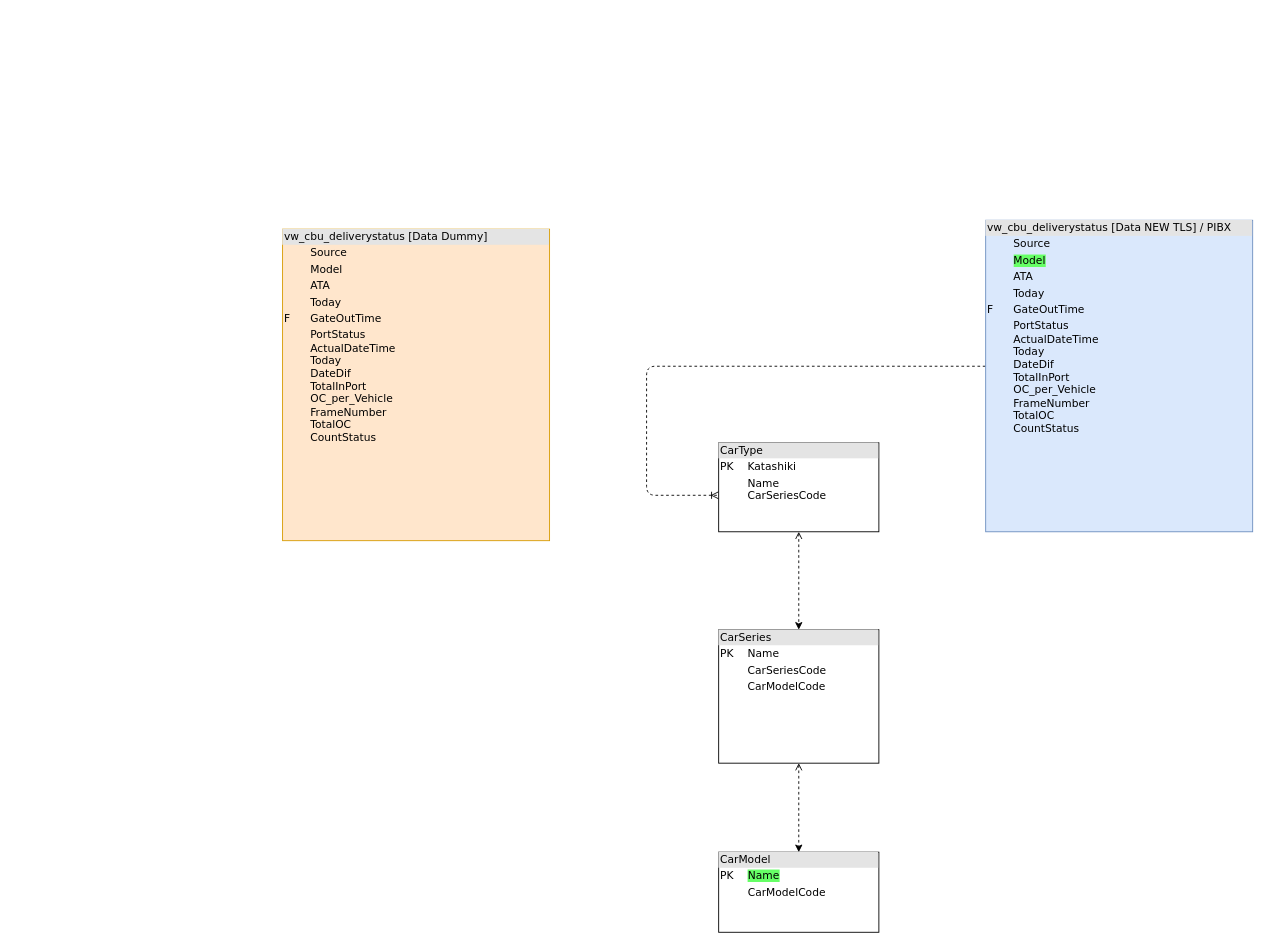
Above: page "Board2_CBU_DeliveryStatus" (2 of 3) of TAM_IMIS_diagram.drawio in RifqiG759/BI_datasets (draw.io), before the change. Source tidied: cells renumbered, new cells numbered last; positions are measured from the earlier drawing's top-left corner, leaving out a move shared by most shapes. Both pictures are drawn from the tidied source at 89%, with x=0, y=0 at pixel (282, 220).
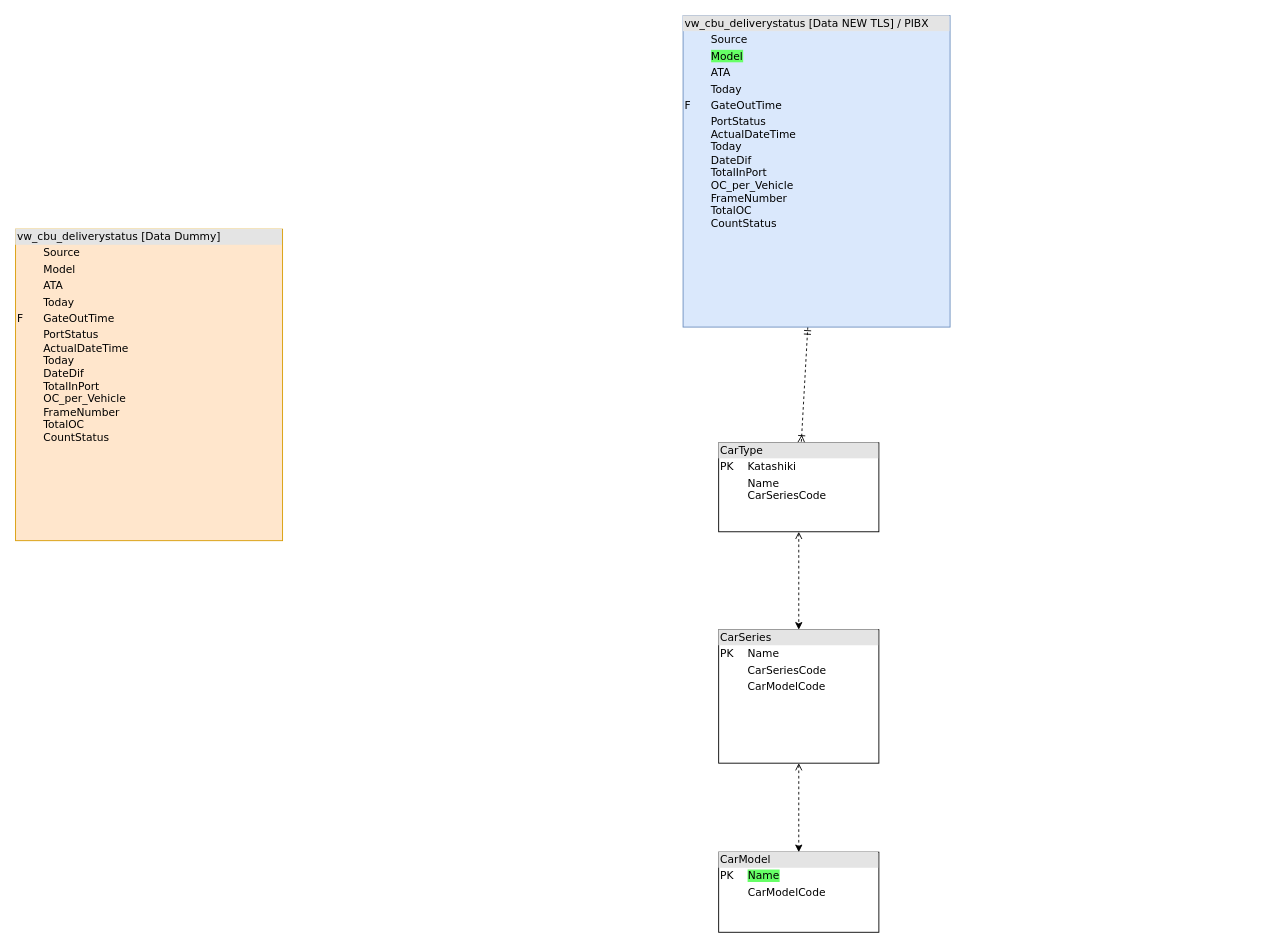
The same diagram, later.

Change to the diagram source:
```diff
@@
 <mxGraphModel>
   <root>
     <mxCell id="0" />
     <mxCell id="1" parent="0" />
-    <mxCell id="2" style="edgeStyle=orthogonalEdgeStyle;html=1;dashed=1;labelBackgroundColor=none;startArrow=ERmandOne;endArrow=ERoneToMany;fontFamily=Verdana;fontSize=12;align=left;exitX=0.007;exitY=0.44;exitDx=0;exitDy=0;exitPerimeter=0;" parent="1" edge="1" source="8" target="7">
-      <mxGeometry relative="1" as="geometry">
-        <Array as="points">
-          <mxPoint x="806" y="164" />
-          <mxPoint x="409" y="164" />
-          <mxPoint x="409" y="309" />
-        </Array>
-      </mxGeometry>
+    <mxCell id="2" style="html=1;dashed=1;labelBackgroundColor=none;startArrow=ERmandOne;endArrow=ERoneToMany;fontFamily=Verdana;fontSize=12;align=left;elbow=vertical;" parent="1" edge="1" source="8" target="7">
+      <mxGeometry relative="1" as="geometry" />
     </mxCell>
     <mxCell id="3" value="&lt;div style=&quot;box-sizing: border-box ; width: 100% ; background: #e4e4e4 ; padding: 2px&quot;&gt;vw_cbu_deliverystatus [Data Dummy]&lt;/div&gt;&lt;table style=&quot;width: 100% ; font-size: 1em&quot; cellpadding=&quot;2&quot; cellspacing=&quot;0&quot;&gt;&lt;tbody&gt;&lt;tr&gt;&lt;td&gt;&lt;br&gt;&lt;/td&gt;&lt;td&gt;Source&lt;/td&gt;&lt;/tr&gt;&lt;tr&gt;&lt;td&gt;&lt;/td&gt;&lt;td&gt;Model&lt;/td&gt;&lt;/tr&gt;&lt;tr&gt;&lt;td&gt;&lt;br&gt;&lt;/td&gt;&lt;td&gt;ATA&lt;/td&gt;&lt;/tr&gt;&lt;tr&gt;&lt;td&gt;&lt;br&gt;&lt;/td&gt;&lt;td&gt;Today&lt;/td&gt;&lt;/tr&gt;&lt;tr&gt;&lt;td&gt;F&lt;br&gt;&lt;/td&gt;&lt;td&gt;GateOutTime&lt;/td&gt;&lt;/tr&gt;&lt;tr&gt;&lt;td&gt;&lt;br&gt;&lt;/td&gt;&lt;td&gt;PortStatus&lt;br&gt;ActualDateTime&lt;br&gt;Today&lt;br&gt;DateDif&lt;br&gt;TotalInPort&lt;br&gt;OC_per_Vehicle&lt;br&gt;FrameNumber&lt;br&gt;TotalOC&lt;br&gt;CountStatus&lt;/td&gt;&lt;/tr&gt;&lt;tr&gt;&lt;td&gt;&lt;br&gt;&lt;/td&gt;&lt;td&gt;&lt;br&gt;&lt;/td&gt;&lt;/tr&gt;&lt;tr&gt;&lt;td&gt;&lt;br&gt;&lt;/td&gt;&lt;td&gt;&lt;br&gt;&lt;/td&gt;&lt;/tr&gt;&lt;tr&gt;&lt;td&gt;&lt;br&gt;&lt;/td&gt;&lt;td&gt;&lt;br&gt;&lt;/td&gt;&lt;/tr&gt;&lt;/tbody&gt;&lt;/table&gt;" style="verticalAlign=top;align=left;overflow=fill;html=1;rounded=0;shadow=0;comic=0;labelBackgroundColor=none;strokeColor=#d79b00;strokeWidth=1;fillColor=#ffe6cc;fontFamily=Verdana;fontSize=12;" parent="1" vertex="1">
-      <mxGeometry y="10" width="300" height="350" as="geometry" />
+      <mxGeometry x="-300" y="10" width="300" height="350" as="geometry" />
     </mxCell>
     <mxCell id="4" style="edgeStyle=orthogonalEdgeStyle;rounded=0;jettySize=auto;html=1;dashed=1;startArrow=open;startFill=0;" parent="1" edge="1" source="5" target="9">
       <mxGeometry relative="1" as="geometry" />
     </mxCell>
     <mxCell id="5" value="&lt;div style=&quot;box-sizing: border-box ; width: 100% ; background: #e4e4e4 ; padding: 2px&quot;&gt;CarSeries&lt;/div&gt;&lt;table style=&quot;width: 100% ; font-size: 1em&quot; cellpadding=&quot;2&quot; cellspacing=&quot;0&quot;&gt;&lt;tbody&gt;&lt;tr&gt;&lt;td&gt;PK&lt;/td&gt;&lt;td&gt;Name&lt;br&gt;&lt;/td&gt;&lt;/tr&gt;&lt;tr&gt;&lt;td&gt;&lt;br&gt;&lt;/td&gt;&lt;td&gt;CarSeriesCode&lt;/td&gt;&lt;/tr&gt;&lt;tr&gt;&lt;td&gt;&lt;/td&gt;&lt;td&gt;CarModelCode&lt;/td&gt;&lt;/tr&gt;&lt;/tbody&gt;&lt;/table&gt;" style="verticalAlign=top;align=left;overflow=fill;html=1;rounded=0;shadow=0;comic=0;labelBackgroundColor=none;strokeColor=#000000;strokeWidth=1;fillColor=#ffffff;fontFamily=Verdana;fontSize=12;fontColor=#000000;" parent="1" vertex="1">
       <mxGeometry x="490" y="460" width="180" height="150" as="geometry" />
     </mxCell>
     <mxCell id="6" style="edgeStyle=orthogonalEdgeStyle;rounded=0;jettySize=auto;html=1;dashed=1;startArrow=open;startFill=0;" parent="1" edge="1" source="7" target="5">
       <mxGeometry relative="1" as="geometry" />
     </mxCell>
     <mxCell id="7" value="&lt;div style=&quot;box-sizing: border-box ; width: 100% ; background: #e4e4e4 ; padding: 2px&quot;&gt;CarType&lt;/div&gt;&lt;table style=&quot;width: 100% ; font-size: 1em&quot; cellpadding=&quot;2&quot; cellspacing=&quot;0&quot;&gt;&lt;tbody&gt;&lt;tr&gt;&lt;td&gt;PK&lt;/td&gt;&lt;td&gt;Katashiki&lt;/td&gt;&lt;/tr&gt;&lt;tr&gt;&lt;td&gt;&lt;br&gt;&lt;/td&gt;&lt;td&gt;Name&lt;br&gt;CarSeriesCode&lt;/td&gt;&lt;/tr&gt;&lt;tr&gt;&lt;td&gt;&lt;br&gt;&lt;/td&gt;&lt;td&gt;&lt;/td&gt;&lt;/tr&gt;&lt;/tbody&gt;&lt;/table&gt;" style="verticalAlign=top;align=left;overflow=fill;html=1;rounded=0;shadow=0;comic=0;labelBackgroundColor=none;strokeColor=#000000;strokeWidth=1;fillColor=#ffffff;fontFamily=Verdana;fontSize=12;fontColor=#000000;" parent="1" vertex="1">
       <mxGeometry x="490" y="250" width="180" height="100" as="geometry" />
     </mxCell>
     <mxCell id="8" value="&lt;div style=&quot;box-sizing: border-box ; width: 100% ; background: #e4e4e4 ; padding: 2px&quot;&gt;vw_cbu_deliverystatus [Data NEW TLS] / PIBX&lt;/div&gt;&lt;table style=&quot;width: 100% ; font-size: 1em&quot; cellpadding=&quot;2&quot; cellspacing=&quot;0&quot;&gt;&lt;tbody&gt;&lt;tr&gt;&lt;td&gt;&lt;br&gt;&lt;/td&gt;&lt;td&gt;Source&lt;/td&gt;&lt;/tr&gt;&lt;tr&gt;&lt;td&gt;&lt;/td&gt;&lt;td&gt;&lt;span style=&quot;background-color: rgb(102 , 255 , 102)&quot;&gt;Model&lt;/span&gt;&lt;/td&gt;&lt;/tr&gt;&lt;tr&gt;&lt;td&gt;&lt;br&gt;&lt;/td&gt;&lt;td&gt;ATA&lt;/td&gt;&lt;/tr&gt;&lt;tr&gt;&lt;td&gt;&lt;br&gt;&lt;/td&gt;&lt;td&gt;Today&lt;/td&gt;&lt;/tr&gt;&lt;tr&gt;&lt;td&gt;F&lt;br&gt;&lt;/td&gt;&lt;td&gt;GateOutTime&lt;/td&gt;&lt;/tr&gt;&lt;tr&gt;&lt;td&gt;&lt;br&gt;&lt;/td&gt;&lt;td&gt;PortStatus&lt;br&gt;ActualDateTime&lt;br&gt;Today&lt;br&gt;DateDif&lt;br&gt;TotalInPort&lt;br&gt;OC_per_Vehicle&lt;br&gt;FrameNumber&lt;br&gt;TotalOC&lt;br&gt;CountStatus&lt;/td&gt;&lt;/tr&gt;&lt;tr&gt;&lt;td&gt;&lt;br&gt;&lt;/td&gt;&lt;td&gt;&lt;br&gt;&lt;/td&gt;&lt;/tr&gt;&lt;tr&gt;&lt;td&gt;&lt;br&gt;&lt;/td&gt;&lt;td&gt;&lt;br&gt;&lt;/td&gt;&lt;/tr&gt;&lt;tr&gt;&lt;td&gt;&lt;br&gt;&lt;/td&gt;&lt;td&gt;&lt;br&gt;&lt;/td&gt;&lt;/tr&gt;&lt;/tbody&gt;&lt;/table&gt;" style="verticalAlign=top;align=left;overflow=fill;html=1;rounded=0;shadow=0;comic=0;labelBackgroundColor=none;strokeColor=#6c8ebf;strokeWidth=1;fillColor=#dae8fc;fontFamily=Verdana;fontSize=12;" parent="1" vertex="1">
-      <mxGeometry x="790" width="300" height="350" as="geometry" />
+      <mxGeometry x="450" y="-230" width="300" height="350" as="geometry" />
     </mxCell>
     <mxCell id="9" value="&lt;div style=&quot;box-sizing: border-box ; width: 100% ; background: #e4e4e4 ; padding: 2px&quot;&gt;CarModel&lt;/div&gt;&lt;table style=&quot;width: 100% ; font-size: 1em&quot; cellpadding=&quot;2&quot; cellspacing=&quot;0&quot;&gt;&lt;tbody&gt;&lt;tr&gt;&lt;td&gt;PK&lt;/td&gt;&lt;td&gt;&lt;span style=&quot;background-color: rgb(102 , 255 , 102)&quot;&gt;Name&lt;br&gt;&lt;/span&gt;&lt;/td&gt;&lt;/tr&gt;&lt;tr&gt;&lt;td&gt;&lt;/td&gt;&lt;td&gt;CarModelCode&lt;/td&gt;&lt;/tr&gt;&lt;/tbody&gt;&lt;/table&gt;" style="verticalAlign=top;align=left;overflow=fill;html=1;rounded=0;shadow=0;comic=0;labelBackgroundColor=none;strokeColor=#000000;strokeWidth=1;fillColor=#ffffff;fontFamily=Verdana;fontSize=12;fontColor=#000000;" parent="1" vertex="1">
       <mxGeometry x="490" y="710" width="180" height="90" as="geometry" />
     </mxCell>
   </root>
 </mxGraphModel>
```
